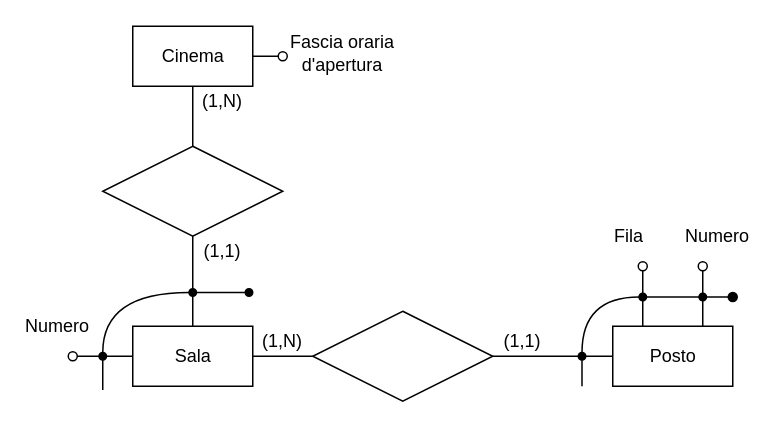
The draw.io diagram docs/media/er_diagrams/er-diagram_3.drawio in buracchi/cinema-management-system, before the edit. Source tidied: cells renumbered, new cells numbered last; positions are measured from the earlier drawing's top-left corner, leaving out a move shared by most shapes. Both pictures are drawn from the tidied source at 150%, with x=0, y=0 at pixel (27, 26).
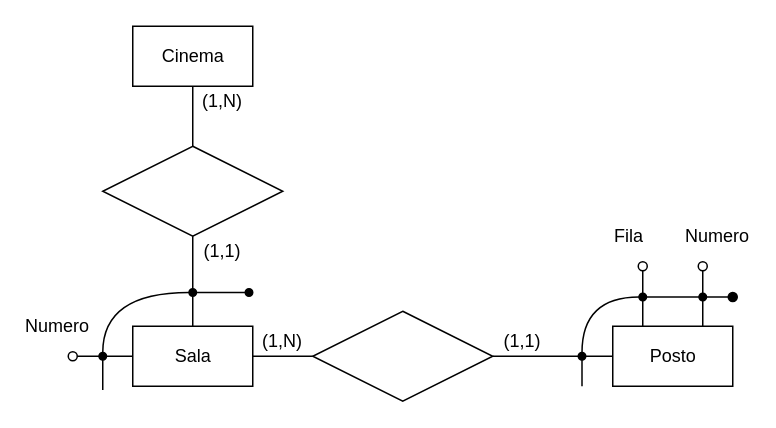
Above is the later version.

The change refers to these unchanged cells:
```xml
<mxCell id="4" value="Cinema" style="html=1;sketch=0;" parent="1" vertex="1">
  <mxGeometry x="70" width="80" height="40" as="geometry" />
</mxCell>
```

Diff of the diagram source:
```diff
@@
-    <mxCell id="3" style="edgeStyle=orthogonalEdgeStyle;jettySize=auto;html=1;endArrow=oval;endFill=0;sketch=0;rounded=0;exitX=1;exitY=0.5;exitDx=0;exitDy=0;" parent="1" edge="1" source="4">
-      <mxGeometry relative="1" as="geometry">
-        <mxPoint x="170" y="20" as="targetPoint" />
-      </mxGeometry>
-    </mxCell>
@@
-    <mxCell id="14" value="Fascia oraria d'apertura" style="text;html=1;strokeColor=none;fillColor=none;align=center;verticalAlign=middle;whiteSpace=wrap;sketch=0;" parent="1" vertex="1">
-      <mxGeometry x="170" y="7.5" width="80" height="20" as="geometry" />
-    </mxCell>
```
